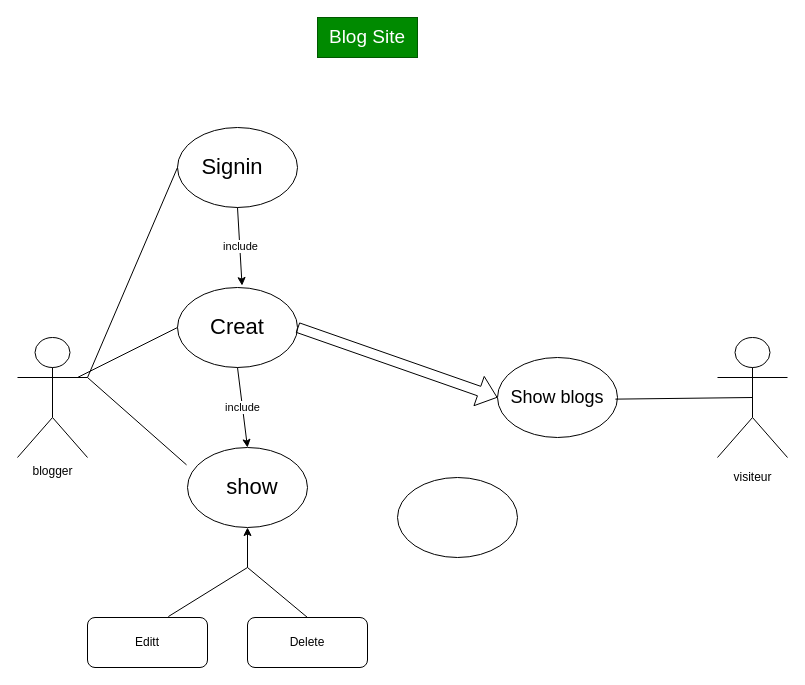
Before: uml.drawio in chaima-marzouk/blog-project, a draw.io diagram. Source tidied: cells renumbered, new cells numbered last; positions are measured from the earlier drawing's top-left corner, leaving out a move shared by most shapes. Both pictures are drawn from the tidied source at 100%, with x=0, y=0 at pixel (17, 17).
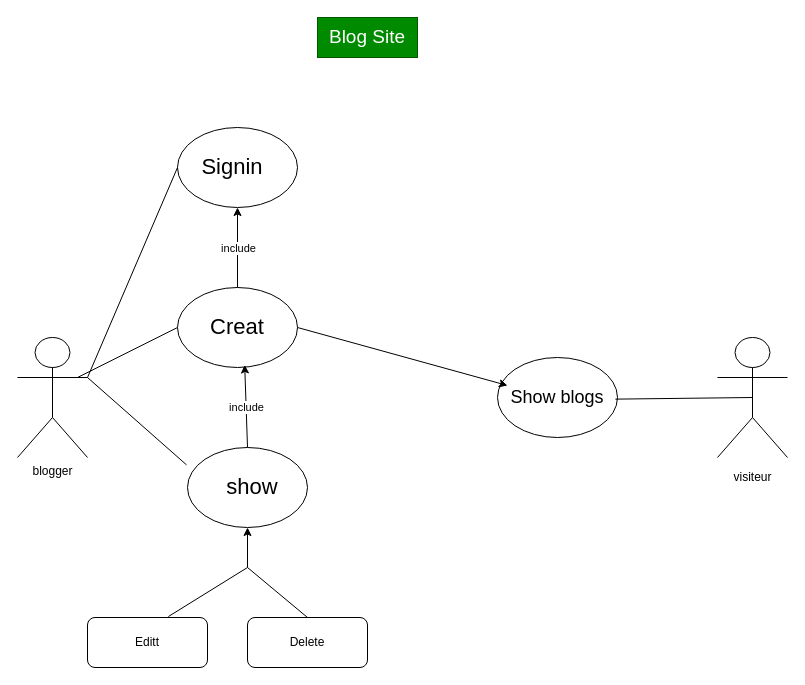
The same diagram, later.

The change refers to these unchanged cells:
```xml
<mxCell id="6" style="ellipse;whiteSpace=wrap;html=1;" parent="1" vertex="1">
  <mxGeometry x="160" y="110" width="120" height="80" as="geometry" />
</mxCell>
<mxCell id="7" style="ellipse;whiteSpace=wrap;html=1;" parent="1" vertex="1">
  <mxGeometry x="160" y="270" width="120" height="80" as="geometry" />
</mxCell>
<mxCell id="8" style="ellipse;whiteSpace=wrap;html=1;" parent="1" vertex="1">
  <mxGeometry x="170" y="430" width="120" height="80" as="geometry" />
</mxCell>
<mxCell id="10" style="ellipse;whiteSpace=wrap;html=1;" parent="1" vertex="1">
  <mxGeometry x="480" y="340" width="120" height="80" as="geometry" />
</mxCell>
```

Change to the diagram source:
```diff
@@
-    <mxCell id="9" style="ellipse;whiteSpace=wrap;html=1;" parent="1" vertex="1">
-      <mxGeometry x="380" y="460" width="120" height="80" as="geometry" />
-    </mxCell>
@@
-    <mxCell id="24" style="endArrow=classic;html=1;exitX=0.5;exitY=1;exitDx=0;exitDy=0;entryX=0.538;entryY=-0.024;entryDx=0;entryDy=0;entryPerimeter=0;" parent="1" edge="1" source="6" target="7">
+    <mxCell id="24" style="endArrow=classic;html=1;exitX=0.5;exitY=0;exitDx=0;exitDy=0;entryX=0.5;entryY=1;entryDx=0;entryDy=0;" parent="1" edge="1" source="7" target="6">
       <mxGeometry relative="1" as="geometry" />
     </mxCell>
@@
-    <mxCell id="26" style="endArrow=classic;html=1;entryX=0.5;entryY=0;entryDx=0;entryDy=0;exitX=0.5;exitY=1;exitDx=0;exitDy=0;" parent="1" edge="1" source="7" target="8">
+    <mxCell id="26" style="endArrow=classic;html=1;entryX=0.56;entryY=0.968;entryDx=0;entryDy=0;exitX=0.5;exitY=0;exitDx=0;exitDy=0;entryPerimeter=0;" parent="1" edge="1" source="8" target="7">
       <mxGeometry relative="1" as="geometry" />
     </mxCell>
@@
-    <mxCell id="30" style="shape=flexArrow;endArrow=classic;html=1;entryX=0;entryY=0.5;entryDx=0;entryDy=0;exitX=1;exitY=0.5;exitDx=0;exitDy=0;" parent="1" edge="1" source="7" target="10">
-      <mxGeometry relative="1" as="geometry" />
-    </mxCell>
+    <mxCell id="31" style="endArrow=classic;html=1;exitX=1;exitY=0.5;exitDx=0;exitDy=0;" parent="1" edge="1" source="7">
+      <mxGeometry relative="1" as="geometry">
+        <mxPoint x="490" y="368" as="targetPoint" />
+      </mxGeometry>
+    </mxCell>
```
